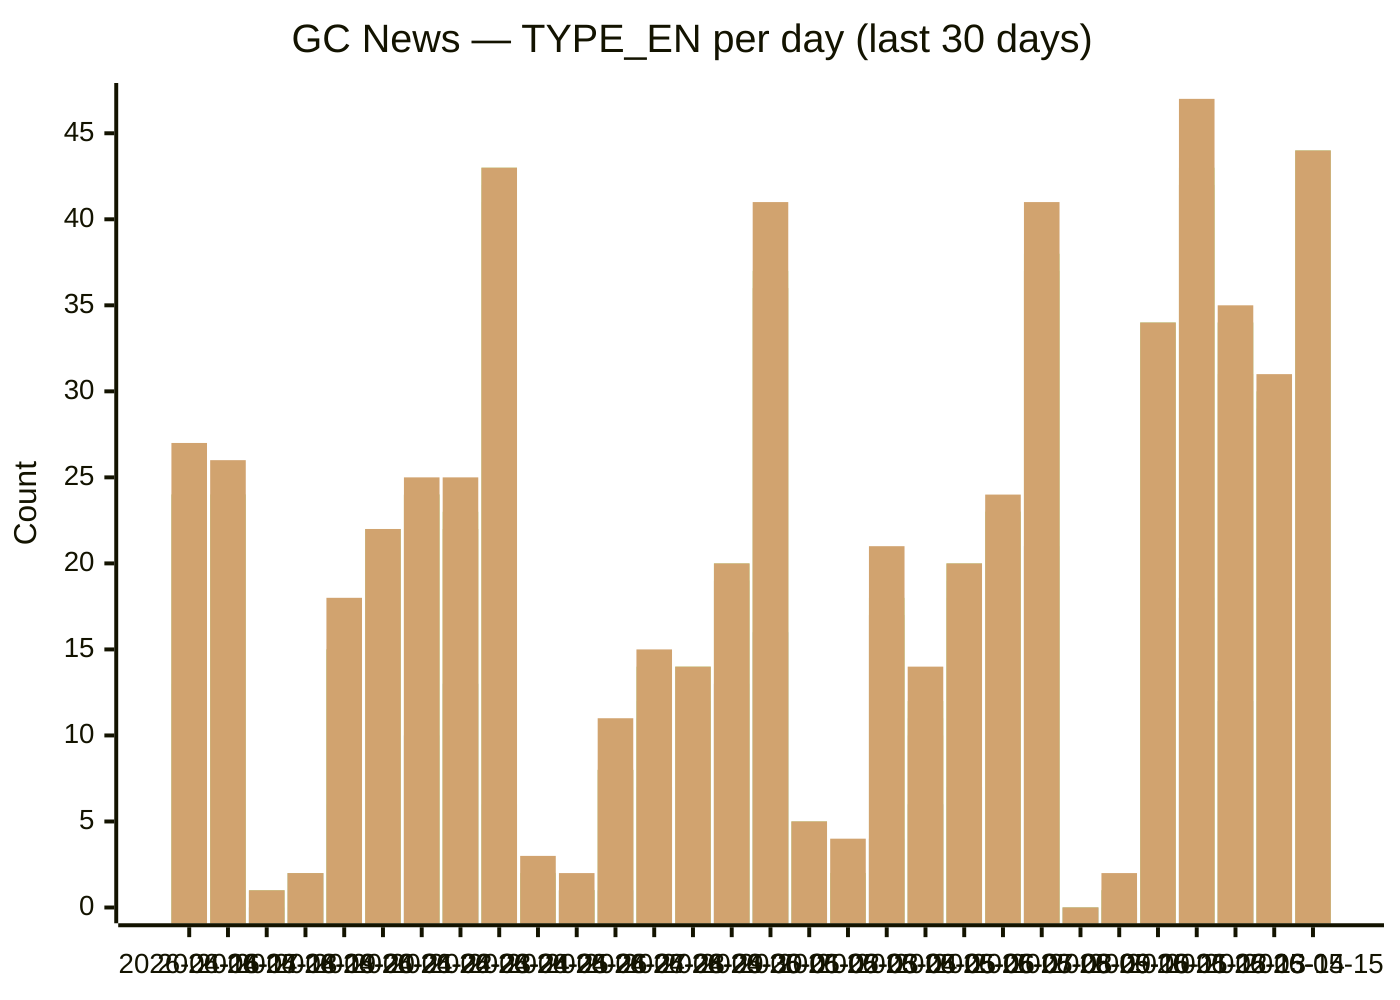
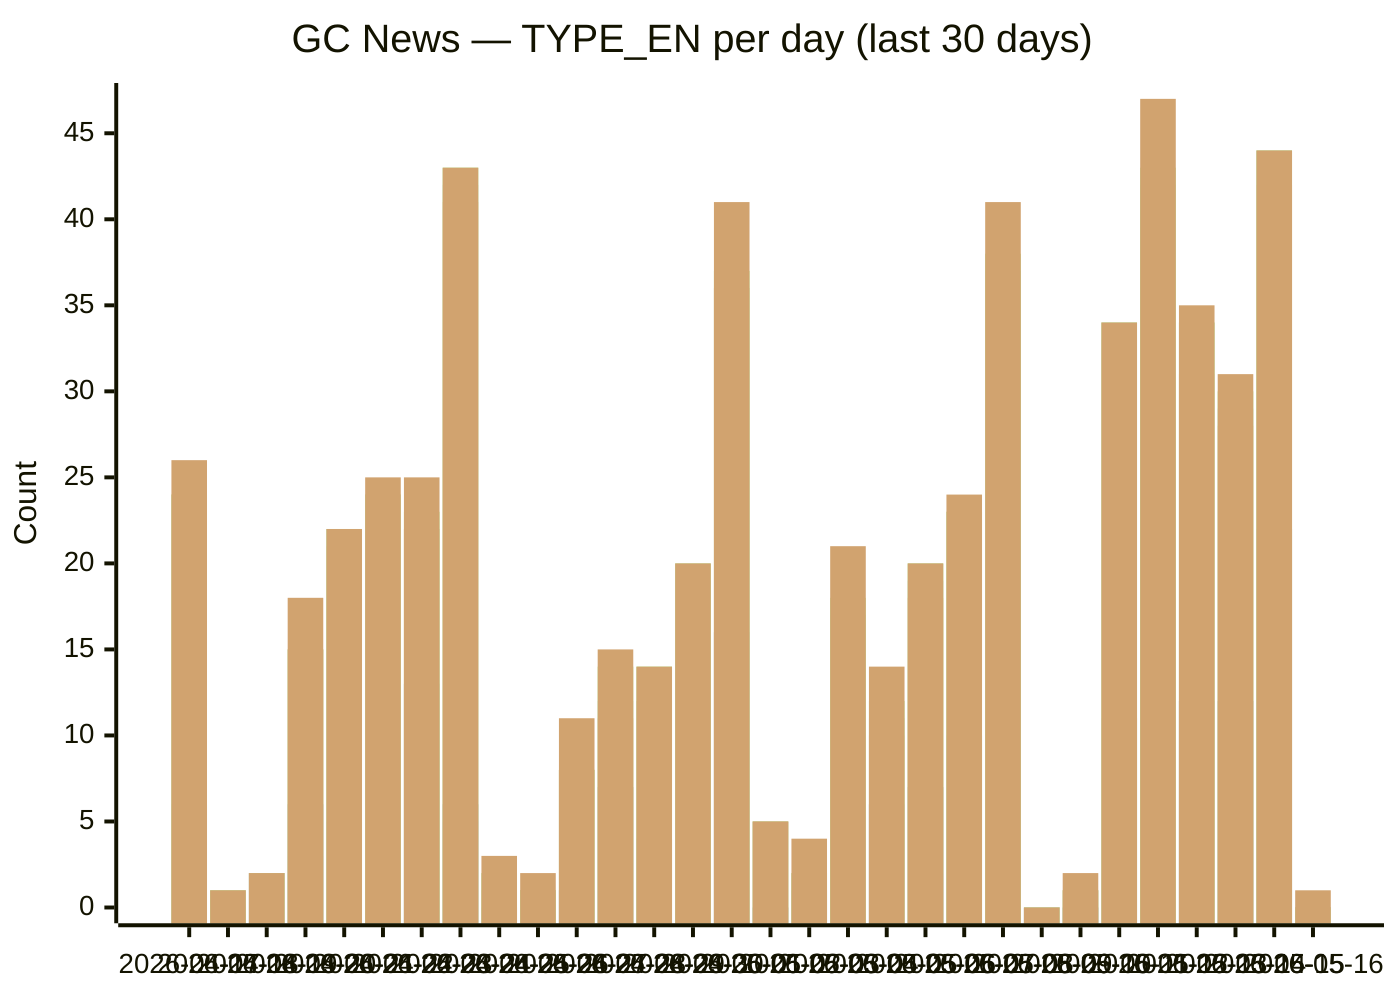
xychart-beta
  title "GC News — TYPE_EN per day (last 30 days)"
-   x-axis [2026-04-16, 2026-04-17, 2026-04-18, 2026-04-19, 2026-04-20, 2026-04-21, 2026-04-22, 2026-04-23, 2026-04-24, 2026-04-25, 2026-04-26, 2026-04-27, 2026-04-28, 2026-04-29, 2026-04-30, 2026-05-01, 2026-05-02, 2026-05-03, 2026-05-04, 2026-05-05, 2026-05-06, 2026-05-07, 2026-05-08, 2026-05-09, 2026-05-10, 2026-05-11, 2026-05-12, 2026-05-13, 2026-05-14, 2026-05-15]
+   x-axis [2026-04-17, 2026-04-18, 2026-04-19, 2026-04-20, 2026-04-21, 2026-04-22, 2026-04-23, 2026-04-24, 2026-04-25, 2026-04-26, 2026-04-27, 2026-04-28, 2026-04-29, 2026-04-30, 2026-05-01, 2026-05-02, 2026-05-03, 2026-05-04, 2026-05-05, 2026-05-06, 2026-05-07, 2026-05-08, 2026-05-09, 2026-05-10, 2026-05-11, 2026-05-12, 2026-05-13, 2026-05-14, 2026-05-15, 2026-05-16]
  y-axis "Count" 0 --> 47
-   bar backgrounders [0, 3, 0, 0, 3, 1, 2, 1, 5, 0, 0, 1, 1, 0, 1, 1, 0, 0, 2, 1, 2, 0, 5, 0, 0, 2, 6, 2, 4, 5]
-   bar "media advisories" [13, 6, 0, 2, 6, 5, 10, 13, 6, 0, 1, 1, 7, 4, 13, 16, 0, 1, 4, 6, 7, 10, 21, 0, 0, 11, 18, 12, 12, 22]
-   bar "news releases" [24, 24, 1, 2, 15, 21, 24, 22, 41, 1, 1, 8, 11, 12, 19, 36, 5, 2, 17, 10, 18, 23, 37, 0, 1, 33, 42, 31, 28, 42]
-   bar readouts [24, 24, 1, 2, 15, 22, 24, 22, 42, 2, 1, 8, 12, 12, 19, 36, 5, 2, 17, 11, 19, 23, 37, 0, 1, 34, 42, 34, 29, 44]
-   bar speeches [24, 24, 1, 2, 15, 22, 24, 23, 43, 2, 1, 8, 14, 14, 20, 37, 5, 2, 18, 12, 20, 23, 38, 0, 1, 34, 43, 34, 30, 44]
-   bar statements [27, 26, 1, 2, 18, 22, 25, 25, 43, 3, 2, 11, 15, 14, 20, 41, 5, 4, 21, 14, 20, 24, 41, 0, 2, 34, 47, 35, 31, 44]
+   bar backgrounders [3, 0, 0, 3, 1, 2, 1, 5, 0, 0, 1, 1, 0, 1, 1, 0, 0, 2, 1, 2, 0, 5, 0, 0, 2, 6, 2, 4, 5, 0]
+   bar "media advisories" [6, 0, 2, 6, 5, 10, 13, 6, 0, 1, 1, 7, 4, 13, 16, 0, 1, 4, 6, 7, 10, 21, 0, 0, 11, 18, 12, 12, 22, 0]
+   bar "news releases" [24, 1, 2, 15, 21, 24, 22, 41, 1, 1, 8, 11, 12, 19, 36, 5, 2, 17, 10, 18, 23, 37, 0, 1, 33, 42, 31, 28, 42, 0]
+   bar readouts [24, 1, 2, 15, 22, 24, 22, 42, 2, 1, 8, 12, 12, 19, 36, 5, 2, 17, 11, 19, 23, 37, 0, 1, 34, 42, 34, 29, 44, 0]
+   bar speeches [24, 1, 2, 15, 22, 24, 23, 43, 2, 1, 8, 14, 14, 20, 37, 5, 2, 18, 12, 20, 23, 38, 0, 1, 34, 43, 34, 30, 44, 0]
+   bar statements [26, 1, 2, 18, 22, 25, 25, 43, 3, 2, 11, 15, 14, 20, 41, 5, 4, 21, 14, 20, 24, 41, 0, 2, 34, 47, 35, 31, 44, 1]
